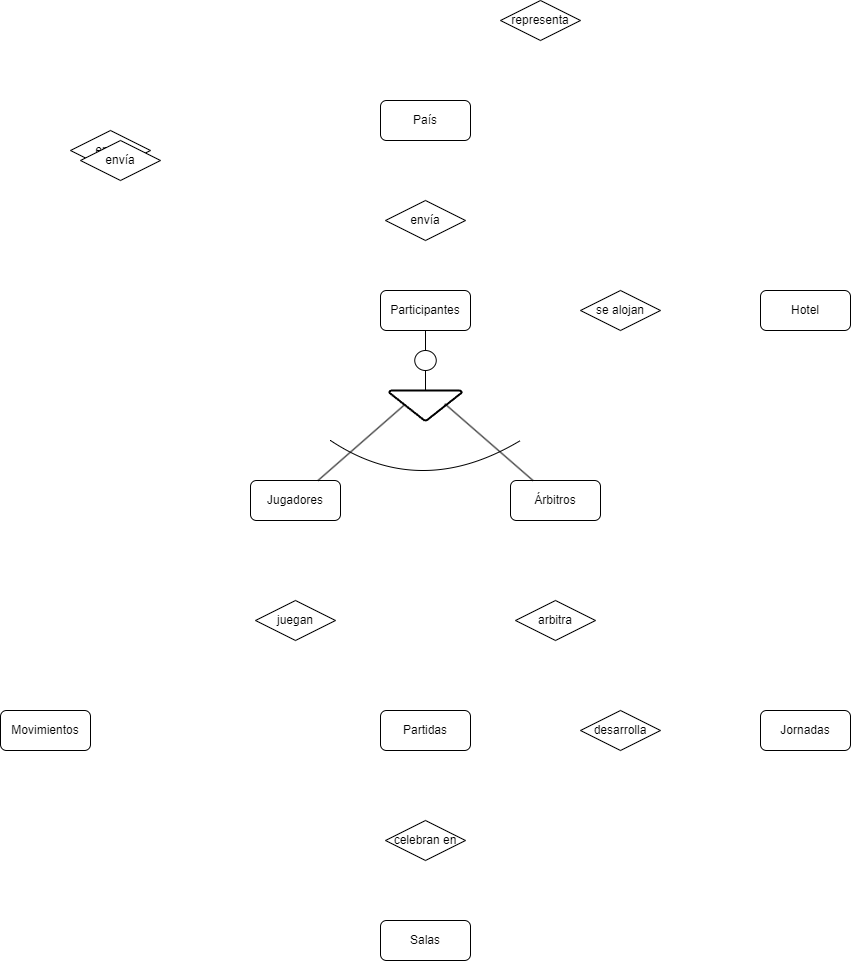
The draw.io diagram Unidad-1/Tareas/Tareas-evaluables/Tarea-evaluable-2/tarea-evaluable-2.drawio.png in LuisMGlez/base-datos, before a commit. Source tidied: cells renumbered, new cells last; positions are measured from the earlier drawing's top-left corner, leaving out a move shared by most shapes.
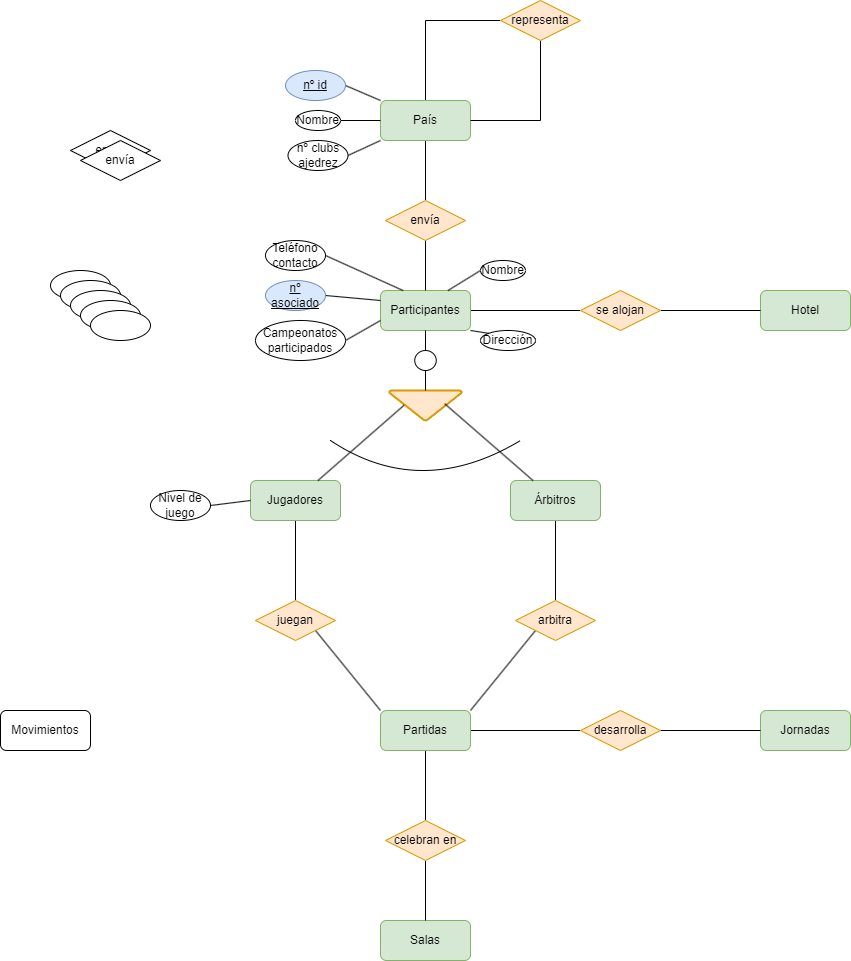
After the commit.

What changed in the source:
```diff
@@ -2,31 +2,52 @@
   <root>
     <mxCell id="0" />
     <mxCell id="1" parent="0" />
+    <mxCell id="27" style="edgeStyle=orthogonalEdgeStyle;rounded=0;jettySize=auto;html=1;exitX=0.5;exitY=1;exitDx=0;exitDy=0;entryX=0.5;entryY=0;entryDx=0;entryDy=0;endArrow=none;endFill=0;" parent="1" edge="1" source="2" target="23">
+      <mxGeometry relative="1" as="geometry" />
+    </mxCell>
-    <mxCell id="2" value="Jugadores" style="rounded=1;whiteSpace=wrap;html=1;" parent="1" vertex="1">
+    <mxCell id="2" value="Jugadores" style="rounded=1;whiteSpace=wrap;html=1;fillColor=#d5e8d4;strokeColor=#82b366;" parent="1" vertex="1">
       <mxGeometry x="250" y="480" width="90" height="40" as="geometry" />
     </mxCell>
-    <mxCell id="3" value="Salas" style="rounded=1;whiteSpace=wrap;html=1;" parent="1" vertex="1">
+    <mxCell id="3" value="Salas" style="rounded=1;whiteSpace=wrap;html=1;fillColor=#d5e8d4;strokeColor=#82b366;" parent="1" vertex="1">
       <mxGeometry x="380" y="920" width="90" height="40" as="geometry" />
     </mxCell>
-    <mxCell id="4" value="Jornadas" style="rounded=1;whiteSpace=wrap;html=1;" parent="1" vertex="1">
+    <mxCell id="4" value="Jornadas" style="rounded=1;whiteSpace=wrap;html=1;fillColor=#d5e8d4;strokeColor=#82b366;" parent="1" vertex="1">
       <mxGeometry x="760" y="710" width="90" height="40" as="geometry" />
     </mxCell>
-    <mxCell id="5" value="Hotel" style="rounded=1;whiteSpace=wrap;html=1;" parent="1" vertex="1">
+    <mxCell id="5" value="Hotel" style="rounded=1;whiteSpace=wrap;html=1;fillColor=#d5e8d4;strokeColor=#82b366;" parent="1" vertex="1">
       <mxGeometry x="760" y="290" width="90" height="40" as="geometry" />
     </mxCell>
+    <mxCell id="28" style="edgeStyle=orthogonalEdgeStyle;rounded=0;jettySize=auto;html=1;exitX=1;exitY=0.5;exitDx=0;exitDy=0;entryX=0;entryY=0.5;entryDx=0;entryDy=0;endArrow=none;endFill=0;" parent="1" edge="1" source="6" target="21">
+      <mxGeometry relative="1" as="geometry" />
+    </mxCell>
+    <mxCell id="29" style="edgeStyle=orthogonalEdgeStyle;rounded=0;jettySize=auto;html=1;exitX=0.5;exitY=1;exitDx=0;exitDy=0;entryX=0.5;entryY=0;entryDx=0;entryDy=0;endArrow=none;endFill=0;" parent="1" edge="1" source="6" target="20">
+      <mxGeometry relative="1" as="geometry" />
+    </mxCell>
-    <mxCell id="6" value="Partidas" style="rounded=1;whiteSpace=wrap;html=1;" parent="1" vertex="1">
+    <mxCell id="6" value="Partidas" style="rounded=1;whiteSpace=wrap;html=1;fillColor=#d5e8d4;strokeColor=#82b366;" parent="1" vertex="1">
       <mxGeometry x="380" y="710" width="90" height="40" as="geometry" />
     </mxCell>
+    <mxCell id="30" style="edgeStyle=orthogonalEdgeStyle;rounded=0;jettySize=auto;html=1;exitX=0.5;exitY=1;exitDx=0;exitDy=0;entryX=0.5;entryY=0;entryDx=0;entryDy=0;endArrow=none;endFill=0;" parent="1" edge="1" source="7" target="26">
+      <mxGeometry relative="1" as="geometry" />
+    </mxCell>
+    <mxCell id="31" style="edgeStyle=orthogonalEdgeStyle;rounded=0;jettySize=auto;html=1;exitX=0.5;exitY=0;exitDx=0;exitDy=0;entryX=0;entryY=0.5;entryDx=0;entryDy=0;endArrow=none;endFill=0;" parent="1" edge="1" source="7" target="24">
+      <mxGeometry relative="1" as="geometry" />
+    </mxCell>
-    <mxCell id="7" value="País" style="rounded=1;whiteSpace=wrap;html=1;" parent="1" vertex="1">
+    <mxCell id="7" value="País" style="rounded=1;whiteSpace=wrap;html=1;fillColor=#d5e8d4;strokeColor=#82b366;" parent="1" vertex="1">
       <mxGeometry x="380" y="100" width="90" height="40" as="geometry" />
     </mxCell>
+    <mxCell id="32" style="edgeStyle=orthogonalEdgeStyle;rounded=0;jettySize=auto;html=1;exitX=1;exitY=0.5;exitDx=0;exitDy=0;entryX=0;entryY=0.5;entryDx=0;entryDy=0;endArrow=none;endFill=0;" parent="1" edge="1" source="8" target="25">
+      <mxGeometry relative="1" as="geometry" />
+    </mxCell>
-    <mxCell id="8" value="Participantes" style="rounded=1;whiteSpace=wrap;html=1;" parent="1" vertex="1">
+    <mxCell id="8" value="Participantes" style="rounded=1;whiteSpace=wrap;html=1;fillColor=#d5e8d4;strokeColor=#82b366;" parent="1" vertex="1">
       <mxGeometry x="380" y="290" width="90" height="40" as="geometry" />
     </mxCell>
+    <mxCell id="33" style="edgeStyle=orthogonalEdgeStyle;rounded=0;jettySize=auto;html=1;exitX=0.5;exitY=1;exitDx=0;exitDy=0;entryX=0.5;entryY=0;entryDx=0;entryDy=0;endArrow=none;endFill=0;" parent="1" edge="1" source="9" target="22">
+      <mxGeometry relative="1" as="geometry" />
+    </mxCell>
-    <mxCell id="9" value="Árbitros" style="rounded=1;whiteSpace=wrap;html=1;" parent="1" vertex="1">
+    <mxCell id="9" value="Árbitros" style="rounded=1;whiteSpace=wrap;html=1;fillColor=#d5e8d4;strokeColor=#82b366;" parent="1" vertex="1">
       <mxGeometry x="510" y="480" width="90" height="40" as="geometry" />
     </mxCell>
-    <mxCell id="10" style="strokeWidth=2;html=1;shape=mxgraph.flowchart.merge_or_storage;whiteSpace=wrap;" parent="1" vertex="1">
+    <mxCell id="10" style="strokeWidth=2;html=1;shape=mxgraph.flowchart.merge_or_storage;whiteSpace=wrap;fillColor=#ffe6cc;strokeColor=#d79b00;" parent="1" vertex="1">
       <mxGeometry x="388.8" y="390" width="72.5" height="30" as="geometry" />
     </mxCell>
     <mxCell id="11" style="rounded=0;jettySize=auto;html=1;exitX=0.75;exitY=0;exitDx=0;exitDy=0;entryX=0.204;entryY=0.491;entryDx=0;entryDy=0;entryPerimeter=0;endArrow=none;endFill=0;" parent="1" edge="1" source="2" target="10">
@@ -62,26 +83,116 @@
     <mxCell id="19" value="envía" style="rhombus;whiteSpace=wrap;html=1;" parent="1" vertex="1">
       <mxGeometry x="80" y="140" width="80" height="40" as="geometry" />
     </mxCell>
+    <mxCell id="34" style="edgeStyle=orthogonalEdgeStyle;rounded=0;jettySize=auto;html=1;exitX=0.5;exitY=1;exitDx=0;exitDy=0;entryX=0.5;entryY=0;entryDx=0;entryDy=0;endArrow=none;endFill=0;" parent="1" edge="1" source="20" target="3">
+      <mxGeometry relative="1" as="geometry" />
+    </mxCell>
-    <mxCell id="20" value="celebran en" style="rhombus;whiteSpace=wrap;html=1;" parent="1" vertex="1">
+    <mxCell id="20" value="celebran en" style="rhombus;whiteSpace=wrap;html=1;fillColor=#ffe6cc;strokeColor=#d79b00;" parent="1" vertex="1">
       <mxGeometry x="385" y="820" width="80" height="40" as="geometry" />
     </mxCell>
+    <mxCell id="35" style="edgeStyle=orthogonalEdgeStyle;rounded=0;jettySize=auto;html=1;exitX=1;exitY=0.5;exitDx=0;exitDy=0;entryX=0;entryY=0.5;entryDx=0;entryDy=0;endArrow=none;endFill=0;" parent="1" edge="1" source="21" target="4">
+      <mxGeometry relative="1" as="geometry" />
+    </mxCell>
-    <mxCell id="21" value="desarrolla" style="rhombus;whiteSpace=wrap;html=1;" parent="1" vertex="1">
+    <mxCell id="21" value="desarrolla" style="rhombus;whiteSpace=wrap;html=1;fillColor=#ffe6cc;strokeColor=#d79b00;" parent="1" vertex="1">
       <mxGeometry x="580" y="710" width="80" height="40" as="geometry" />
     </mxCell>
+    <mxCell id="36" style="rounded=0;jettySize=auto;html=1;exitX=0;exitY=1;exitDx=0;exitDy=0;entryX=1;entryY=0;entryDx=0;entryDy=0;endArrow=none;endFill=0;" parent="1" edge="1" source="22" target="6">
+      <mxGeometry relative="1" as="geometry" />
+    </mxCell>
-    <mxCell id="22" value="arbitra" style="rhombus;whiteSpace=wrap;html=1;" parent="1" vertex="1">
+    <mxCell id="22" value="arbitra" style="rhombus;whiteSpace=wrap;html=1;fillColor=#ffe6cc;strokeColor=#d79b00;" parent="1" vertex="1">
       <mxGeometry x="515" y="600" width="80" height="40" as="geometry" />
     </mxCell>
+    <mxCell id="37" style="rounded=0;jettySize=auto;html=1;exitX=1;exitY=1;exitDx=0;exitDy=0;entryX=0;entryY=0;entryDx=0;entryDy=0;endArrow=none;endFill=0;" parent="1" edge="1" source="23" target="6">
+      <mxGeometry relative="1" as="geometry" />
+    </mxCell>
-    <mxCell id="23" value="juegan" style="rhombus;whiteSpace=wrap;html=1;" parent="1" vertex="1">
+    <mxCell id="23" value="juegan" style="rhombus;whiteSpace=wrap;html=1;fillColor=#ffe6cc;strokeColor=#d79b00;" parent="1" vertex="1">
       <mxGeometry x="255" y="600" width="80" height="40" as="geometry" />
     </mxCell>
+    <mxCell id="38" style="edgeStyle=orthogonalEdgeStyle;rounded=0;jettySize=auto;html=1;exitX=0.5;exitY=1;exitDx=0;exitDy=0;entryX=1;entryY=0.5;entryDx=0;entryDy=0;endArrow=none;endFill=0;" parent="1" edge="1" source="24" target="7">
+      <mxGeometry relative="1" as="geometry" />
+    </mxCell>
-    <mxCell id="24" value="representa" style="rhombus;whiteSpace=wrap;html=1;" parent="1" vertex="1">
+    <mxCell id="24" value="representa" style="rhombus;whiteSpace=wrap;html=1;fillColor=#ffe6cc;strokeColor=#d79b00;" parent="1" vertex="1">
       <mxGeometry x="500" width="80" height="40" as="geometry" />
     </mxCell>
+    <mxCell id="39" style="edgeStyle=orthogonalEdgeStyle;rounded=0;jettySize=auto;html=1;exitX=1;exitY=0.5;exitDx=0;exitDy=0;entryX=0;entryY=0.5;entryDx=0;entryDy=0;endArrow=none;endFill=0;" parent="1" edge="1" source="25" target="5">
+      <mxGeometry relative="1" as="geometry" />
+    </mxCell>
-    <mxCell id="25" value="se alojan" style="rhombus;whiteSpace=wrap;html=1;" parent="1" vertex="1">
+    <mxCell id="25" value="se alojan" style="rhombus;whiteSpace=wrap;html=1;fillColor=#ffe6cc;strokeColor=#d79b00;" parent="1" vertex="1">
       <mxGeometry x="580" y="290" width="80" height="40" as="geometry" />
     </mxCell>
+    <mxCell id="40" style="edgeStyle=orthogonalEdgeStyle;rounded=0;jettySize=auto;html=1;exitX=0.5;exitY=1;exitDx=0;exitDy=0;entryX=0.5;entryY=0;entryDx=0;entryDy=0;endArrow=none;endFill=0;" parent="1" edge="1" source="26" target="8">
+      <mxGeometry relative="1" as="geometry" />
+    </mxCell>
-    <mxCell id="26" value="envía" style="rhombus;whiteSpace=wrap;html=1;" parent="1" vertex="1">
+    <mxCell id="26" value="envía" style="rhombus;whiteSpace=wrap;html=1;fillColor=#ffe6cc;strokeColor=#d79b00;" parent="1" vertex="1">
       <mxGeometry x="385" y="200" width="80" height="40" as="geometry" />
     </mxCell>
+    <mxCell id="41" style="ellipse;whiteSpace=wrap;html=1;" parent="1" vertex="1">
+      <mxGeometry x="50" y="270" width="60" height="30" as="geometry" />
+    </mxCell>
+    <mxCell id="42" style="ellipse;whiteSpace=wrap;html=1;" parent="1" vertex="1">
+      <mxGeometry x="60" y="280" width="60" height="30" as="geometry" />
+    </mxCell>
+    <mxCell id="43" style="rounded=0;jettySize=auto;html=1;exitX=1;exitY=0.5;exitDx=0;exitDy=0;entryX=0;entryY=0.5;entryDx=0;entryDy=0;endArrow=none;endFill=0;" parent="1" edge="1" source="44" target="2">
+      <mxGeometry relative="1" as="geometry" />
+    </mxCell>
+    <mxCell id="44" value="Nivel de juego" style="ellipse;whiteSpace=wrap;html=1;" parent="1" vertex="1">
+      <mxGeometry x="150" y="490" width="60" height="30" as="geometry" />
+    </mxCell>
+    <mxCell id="45" style="rounded=0;jettySize=auto;html=1;exitX=1;exitY=0.5;exitDx=0;exitDy=0;entryX=0;entryY=0.75;entryDx=0;entryDy=0;endArrow=none;endFill=0;" parent="1" edge="1" source="46" target="8">
+      <mxGeometry relative="1" as="geometry" />
+    </mxCell>
+    <mxCell id="46" value="Campeonatos participados" style="ellipse;whiteSpace=wrap;html=1;" parent="1" vertex="1">
+      <mxGeometry x="255" y="320" width="90" height="40" as="geometry" />
+    </mxCell>
+    <mxCell id="47" style="rounded=0;jettySize=auto;html=1;exitX=1;exitY=0.5;exitDx=0;exitDy=0;entryX=0.25;entryY=0;entryDx=0;entryDy=0;endArrow=none;endFill=0;" parent="1" edge="1" source="48" target="8">
+      <mxGeometry relative="1" as="geometry" />
+    </mxCell>
+    <mxCell id="48" value="Teléfono contacto" style="ellipse;whiteSpace=wrap;html=1;" parent="1" vertex="1">
+      <mxGeometry x="265" y="240" width="60" height="30" as="geometry" />
+    </mxCell>
+    <mxCell id="49" style="rounded=0;jettySize=auto;html=1;exitX=0;exitY=0;exitDx=0;exitDy=0;entryX=1;entryY=1;entryDx=0;entryDy=0;endArrow=none;endFill=0;" parent="1" edge="1" source="50" target="8">
+      <mxGeometry relative="1" as="geometry" />
+    </mxCell>
+    <mxCell id="50" value="Dirección" style="ellipse;whiteSpace=wrap;html=1;" parent="1" vertex="1">
+      <mxGeometry x="480" y="330" width="55" height="20" as="geometry" />
+    </mxCell>
+    <mxCell id="51" style="rounded=0;jettySize=auto;html=1;exitX=0;exitY=0.5;exitDx=0;exitDy=0;entryX=0.75;entryY=0;entryDx=0;entryDy=0;endArrow=none;endFill=0;" parent="1" edge="1" source="52" target="8">
+      <mxGeometry relative="1" as="geometry" />
+    </mxCell>
+    <mxCell id="52" value="Nombre" style="ellipse;whiteSpace=wrap;html=1;" parent="1" vertex="1">
+      <mxGeometry x="480" y="260" width="45" height="20" as="geometry" />
+    </mxCell>
+    <mxCell id="53" style="rounded=0;jettySize=auto;html=1;exitX=1;exitY=0.5;exitDx=0;exitDy=0;entryX=0;entryY=0.25;entryDx=0;entryDy=0;endArrow=none;endFill=0;" parent="1" edge="1" source="54" target="8">
+      <mxGeometry relative="1" as="geometry" />
+    </mxCell>
+    <mxCell id="54" value="&lt;u&gt;nº asociado&lt;/u&gt;" style="ellipse;whiteSpace=wrap;html=1;fillColor=#dae8fc;strokeColor=#6c8ebf;" parent="1" vertex="1">
+      <mxGeometry x="265" y="280" width="60" height="30" as="geometry" />
+    </mxCell>
+    <mxCell id="55" style="ellipse;whiteSpace=wrap;html=1;" parent="1" vertex="1">
+      <mxGeometry x="70" y="290" width="60" height="30" as="geometry" />
+    </mxCell>
+    <mxCell id="56" style="ellipse;whiteSpace=wrap;html=1;" parent="1" vertex="1">
+      <mxGeometry x="80" y="300" width="60" height="30" as="geometry" />
+    </mxCell>
+    <mxCell id="57" style="ellipse;whiteSpace=wrap;html=1;" parent="1" vertex="1">
+      <mxGeometry x="90" y="310" width="60" height="30" as="geometry" />
+    </mxCell>
+    <mxCell id="58" style="rounded=0;jettySize=auto;html=1;exitX=1;exitY=0.5;exitDx=0;exitDy=0;entryX=0;entryY=1;entryDx=0;entryDy=0;endArrow=none;endFill=0;" parent="1" edge="1" source="59" target="7">
+      <mxGeometry relative="1" as="geometry" />
+    </mxCell>
+    <mxCell id="59" value="nº clubs ajedrez" style="ellipse;whiteSpace=wrap;html=1;" parent="1" vertex="1">
+      <mxGeometry x="287.5" y="140" width="60" height="30" as="geometry" />
+    </mxCell>
+    <mxCell id="60" style="rounded=0;jettySize=auto;html=1;exitX=1;exitY=0.5;exitDx=0;exitDy=0;entryX=0;entryY=0;entryDx=0;entryDy=0;endArrow=none;endFill=0;" parent="1" edge="1" source="61" target="7">
+      <mxGeometry relative="1" as="geometry" />
+    </mxCell>
+    <mxCell id="61" value="&lt;u&gt;nº id&lt;/u&gt;" style="ellipse;whiteSpace=wrap;html=1;fillColor=#dae8fc;strokeColor=#6c8ebf;" parent="1" vertex="1">
+      <mxGeometry x="285" y="70" width="60" height="30" as="geometry" />
+    </mxCell>
+    <mxCell id="62" style="rounded=0;jettySize=auto;html=1;exitX=1;exitY=0.5;exitDx=0;exitDy=0;entryX=0;entryY=0.5;entryDx=0;entryDy=0;endArrow=none;endFill=0;" parent="1" edge="1" source="63" target="7">
+      <mxGeometry relative="1" as="geometry" />
+    </mxCell>
+    <mxCell id="63" value="Nombre" style="ellipse;whiteSpace=wrap;html=1;" parent="1" vertex="1">
+      <mxGeometry x="295" y="110" width="45" height="20" as="geometry" />
+    </mxCell>
   </root>
 </mxGraphModel>
```
